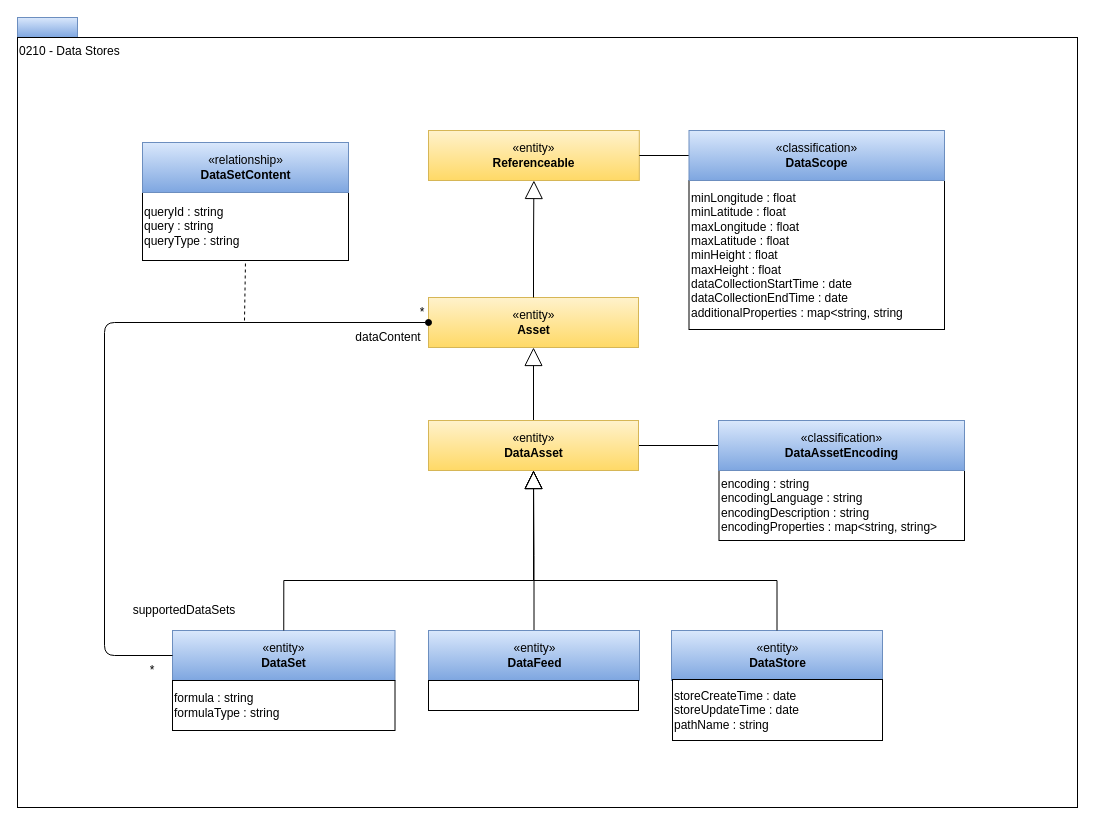
Before: page "0210-Data-Stores" (4 of 24) of site/docs/types/2/area-2-assets.drawio in odpi/egeria-docs, a draw.io diagram. Source tidied: cells renumbered, new cells numbered last; positions are measured from the earlier drawing's top-left corner, leaving out a move shared by most shapes. Both pictures are drawn from the tidied source at 100%, with x=0, y=0 at pixel (17, 17).
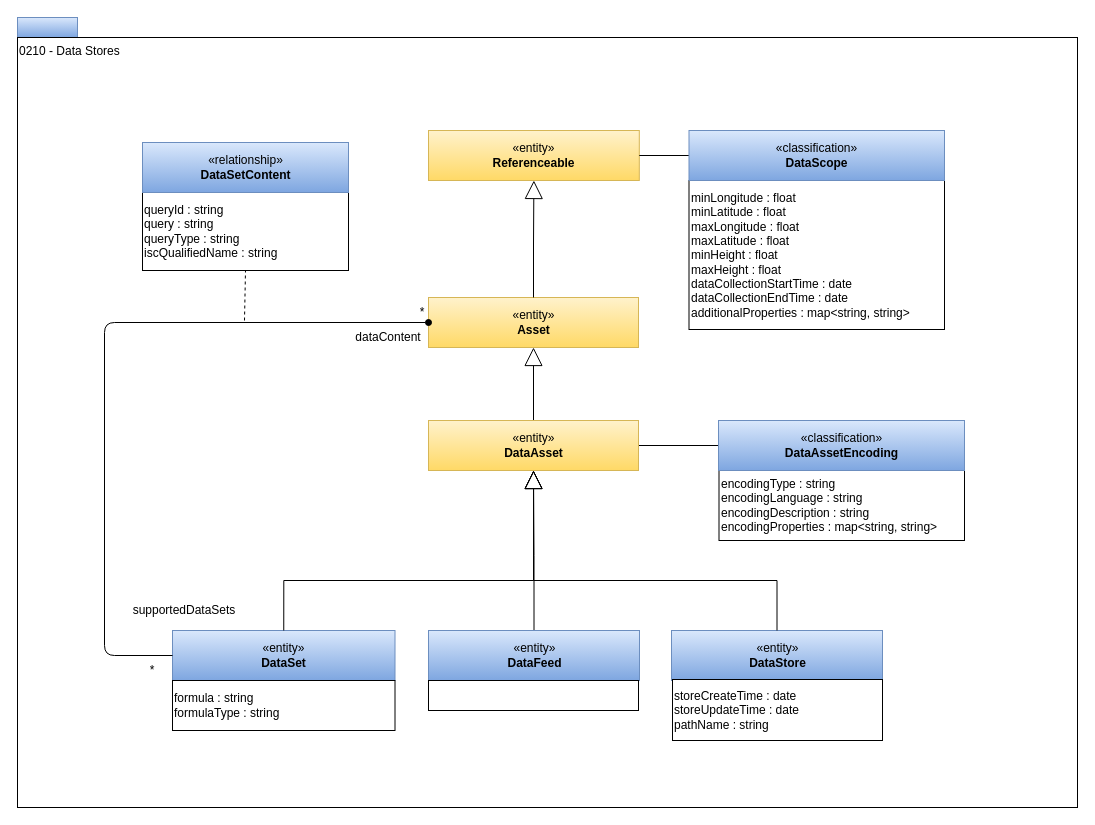
After the change.

What changed in the source:
```diff
@@
-    <mxCell id="13" value="queryId : string&lt;br&gt;query : string&lt;div&gt;queryType : string&lt;/div&gt;" style="rounded=0;whiteSpace=wrap;html=1;strokeColor=#000000;gradientColor=#ffffff;align=left;" parent="1" vertex="1">
-      <mxGeometry x="125" y="175" width="206" height="68" as="geometry" />
+    <mxCell id="13" value="queryId : string&lt;br&gt;query : string&lt;div&gt;queryType : string&lt;/div&gt;&lt;div&gt;iscQualifiedName : string&lt;/div&gt;" style="rounded=0;whiteSpace=wrap;html=1;strokeColor=#000000;gradientColor=#ffffff;align=left;" parent="1" vertex="1">
+      <mxGeometry x="125" y="175" width="206" height="78" as="geometry" />
     </mxCell>
@@
-    <mxCell id="15" value="encoding : string&lt;br&gt;encodingLanguage : string&lt;br&gt;encodingDescription : string&lt;br&gt;encodingProperties : map&amp;lt;string, string&amp;gt;" style="rounded=0;whiteSpace=wrap;html=1;strokeColor=#000000;gradientColor=#ffffff;align=left;" parent="1" vertex="1">
+    <mxCell id="15" value="encodingType : string&lt;br&gt;encodingLanguage : string&lt;br&gt;encodingDescription : string&lt;br&gt;encodingProperties : map&amp;lt;string, string&amp;gt;" style="rounded=0;whiteSpace=wrap;html=1;strokeColor=#000000;gradientColor=#ffffff;align=left;" parent="1" vertex="1">
       <mxGeometry x="701.5" y="453" width="245.5" height="70" as="geometry" />
     </mxCell>
@@
-    <mxCell id="20" value="minLongitude : float&lt;br&gt;minLatitude : float&lt;br style=&quot;border-color: var(--border-color);&quot;&gt;maxLongitude : float&lt;br style=&quot;border-color: var(--border-color);&quot;&gt;maxLatitude : float&lt;br&gt;minHeight : float&lt;br&gt;maxHeight : float&lt;br&gt;dataCollectionStartTime : date&lt;br&gt;dataCollectionEndTime : date&lt;br&gt;additionalProperties : map&amp;lt;string, string" style="rounded=0;whiteSpace=wrap;html=1;strokeColor=#000000;gradientColor=#ffffff;align=left;" parent="1" vertex="1">
+    <mxCell id="20" value="minLongitude : float&lt;br&gt;minLatitude : float&lt;br style=&quot;border-color: var(--border-color);&quot;&gt;maxLongitude : float&lt;br style=&quot;border-color: var(--border-color);&quot;&gt;maxLatitude : float&lt;br&gt;minHeight : float&lt;br&gt;maxHeight : float&lt;br&gt;dataCollectionStartTime : date&lt;br&gt;dataCollectionEndTime : date&lt;br&gt;additionalProperties : map&amp;lt;string, string&amp;gt;" style="rounded=0;whiteSpace=wrap;html=1;strokeColor=#000000;gradientColor=#ffffff;align=left;" parent="1" vertex="1">
       <mxGeometry x="671.5" y="163" width="255.5" height="149" as="geometry" />
     </mxCell>
```
